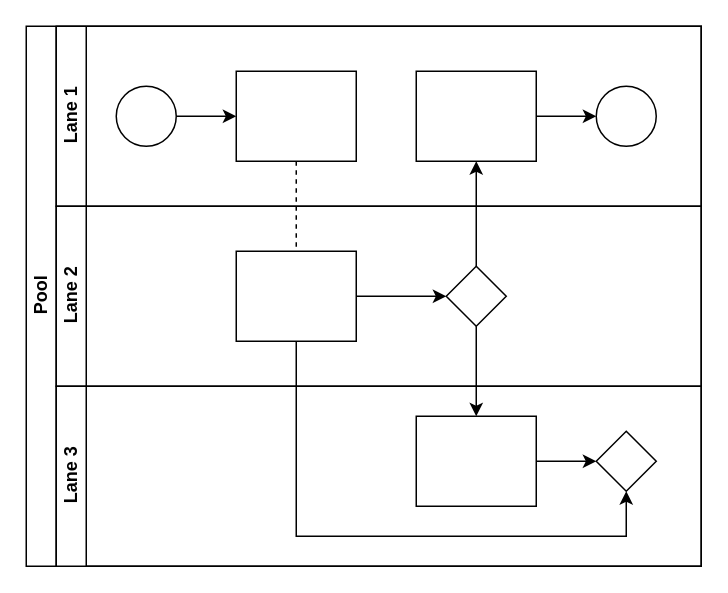
The draw.io diagram docs/Диаграмма без названия.drawio in ilb/dossier, before the edit. Source tidied: cells renumbered, new cells numbered last; positions are measured from the earlier drawing's top-left corner, leaving out a move shared by most shapes. Both pictures are drawn from the tidied source at 150%, with x=0, y=0 at pixel (26, 26).
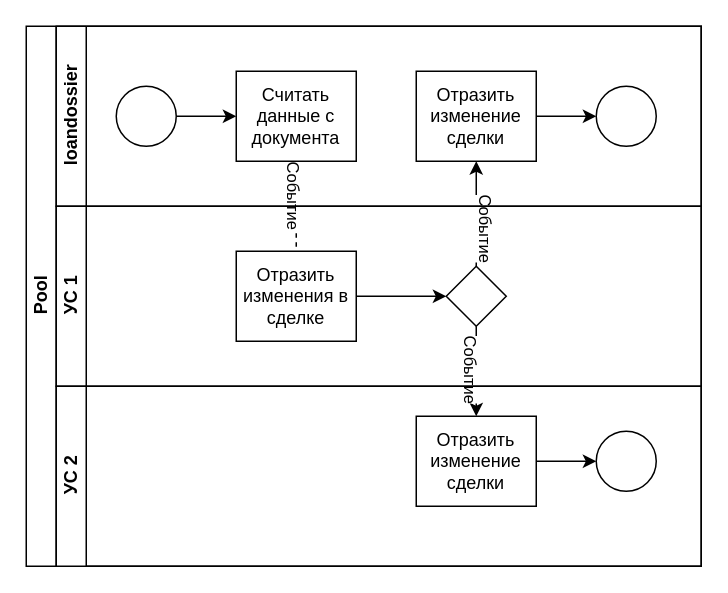
Above is the later version.

The change refers to these unchanged cells:
```xml
<mxCell id="2" value="Pool" style="swimlane;html=1;horizontal=0;startSize=20;" parent="1" vertex="1">
  <mxGeometry width="450" height="360" as="geometry" />
</mxCell>
<mxCell id="3" style="edgeStyle=orthogonalEdgeStyle;rounded=0;jettySize=auto;html=1;dashed=1;endArrow=none;endFill=0;" parent="2" edge="1" source="10" target="16">
  <mxGeometry relative="1" as="geometry" />
</mxCell>
<mxCell id="4" style="edgeStyle=orthogonalEdgeStyle;rounded=0;jettySize=auto;html=1;endArrow=classic;endFill=1;" parent="2" edge="1" source="17" target="12">
  <mxGeometry relative="1" as="geometry" />
</mxCell>
<mxCell id="5" style="edgeStyle=orthogonalEdgeStyle;rounded=0;jettySize=auto;html=1;endArrow=classic;endFill=1;" parent="2" edge="1" source="17" target="20">
  <mxGeometry relative="1" as="geometry" />
</mxCell>
```

Diff of the diagram source:
```diff
@@
+    <mxCell id="22" value="Событие" style="edgeLabel;html=1;align=center;verticalAlign=middle;rotation=90;" parent="3" vertex="1">
+      <mxGeometry x="-0.27" y="-1" relative="1" as="geometry" />
+    </mxCell>
@@
+    <mxCell id="23" value="Событие&lt;div&gt;&lt;br&gt;&lt;/div&gt;" style="edgeLabel;html=1;align=center;verticalAlign=middle;rotation=90;" parent="4" vertex="1">
+      <mxGeometry x="-0.26" relative="1" as="geometry" />
+    </mxCell>
@@
-    <mxCell id="6" style="edgeStyle=orthogonalEdgeStyle;rounded=0;jettySize=auto;html=1;endArrow=classic;endFill=1;" parent="2" edge="1" source="16" target="21">
-      <mxGeometry relative="1" as="geometry">
-        <Array as="points">
-          <mxPoint x="180" y="340" />
-          <mxPoint x="400" y="340" />
-        </Array>
-      </mxGeometry>
-    </mxCell>
+    <mxCell id="24" value="Событие" style="edgeLabel;html=1;align=center;verticalAlign=middle;rotation=90;" parent="5" vertex="1">
+      <mxGeometry x="-0.07" y="-3" relative="1" as="geometry" />
+    </mxCell>
-    <mxCell id="7" value="Lane 1" style="swimlane;html=1;startSize=20;horizontal=0;" parent="2" vertex="1">
+    <mxCell id="7" value="loandossier" style="swimlane;html=1;startSize=20;horizontal=0;" parent="2" vertex="1">
       <mxGeometry x="20" width="430" height="120" as="geometry" />
     </mxCell>
@@
-    <mxCell id="10" style="rounded=0;whiteSpace=wrap;html=1;fontFamily=Helvetica;fontSize=12;fontColor=#000000;align=center;" parent="7" vertex="1">
+    <mxCell id="10" value="Считать данные с документа" style="rounded=0;whiteSpace=wrap;html=1;fontFamily=Helvetica;fontSize=12;fontColor=#000000;align=center;" parent="7" vertex="1">
       <mxGeometry x="120" y="30" width="80" height="60" as="geometry" />
     </mxCell>
@@
-    <mxCell id="12" style="rounded=0;whiteSpace=wrap;html=1;fontFamily=Helvetica;fontSize=12;fontColor=#000000;align=center;" parent="7" vertex="1">
+    <mxCell id="12" value="Отразить изменение сделки" style="rounded=0;whiteSpace=wrap;html=1;fontFamily=Helvetica;fontSize=12;fontColor=#000000;align=center;" parent="7" vertex="1">
       <mxGeometry x="240" y="30" width="80" height="60" as="geometry" />
     </mxCell>
@@
-    <mxCell id="14" value="Lane 2" style="swimlane;html=1;startSize=20;horizontal=0;" parent="2" vertex="1">
+    <mxCell id="14" value="УС 1" style="swimlane;html=1;startSize=20;horizontal=0;" parent="2" vertex="1">
       <mxGeometry x="20" y="120" width="430" height="120" as="geometry" />
     </mxCell>
@@
-    <mxCell id="16" style="rounded=0;whiteSpace=wrap;html=1;fontFamily=Helvetica;fontSize=12;fontColor=#000000;align=center;" parent="14" vertex="1">
+    <mxCell id="16" value="Отразить изменения в сделке" style="rounded=0;whiteSpace=wrap;html=1;fontFamily=Helvetica;fontSize=12;fontColor=#000000;align=center;" parent="14" vertex="1">
       <mxGeometry x="120" y="30" width="80" height="60" as="geometry" />
     </mxCell>
@@
-    <mxCell id="18" value="Lane 3" style="swimlane;html=1;startSize=20;horizontal=0;" parent="2" vertex="1">
+    <mxCell id="18" value="УС 2" style="swimlane;html=1;startSize=20;horizontal=0;" parent="2" vertex="1">
       <mxGeometry x="20" y="240" width="430" height="120" as="geometry" />
     </mxCell>
-    <mxCell id="19" style="edgeStyle=orthogonalEdgeStyle;rounded=0;jettySize=auto;html=1;endArrow=classic;endFill=1;" parent="18" edge="1" source="20" target="21">
-      <mxGeometry relative="1" as="geometry" />
+    <mxCell id="19" style="edgeStyle=orthogonalEdgeStyle;rounded=0;jettySize=auto;html=1;endArrow=classic;endFill=1;" parent="18" edge="1" source="20">
+      <mxGeometry relative="1" as="geometry">
+        <mxPoint x="360" y="50" as="targetPoint" />
+      </mxGeometry>
     </mxCell>
-    <mxCell id="20" style="rounded=0;whiteSpace=wrap;html=1;fontFamily=Helvetica;fontSize=12;fontColor=#000000;align=center;" parent="18" vertex="1">
+    <mxCell id="20" value="Отразить изменение сделки" style="rounded=0;whiteSpace=wrap;html=1;fontFamily=Helvetica;fontSize=12;fontColor=#000000;align=center;" parent="18" vertex="1">
       <mxGeometry x="240" y="20" width="80" height="60" as="geometry" />
     </mxCell>
-    <mxCell id="21" style="rhombus;whiteSpace=wrap;html=1;fontFamily=Helvetica;fontSize=12;fontColor=#000000;align=center;" parent="18" vertex="1">
-      <mxGeometry x="360" y="30" width="40" height="40" as="geometry" />
-    </mxCell>
+    <mxCell id="25" style="ellipse;whiteSpace=wrap;html=1;" parent="18" vertex="1">
+      <mxGeometry x="360" y="30" width="40" height="40" as="geometry" />
+    </mxCell>
```
